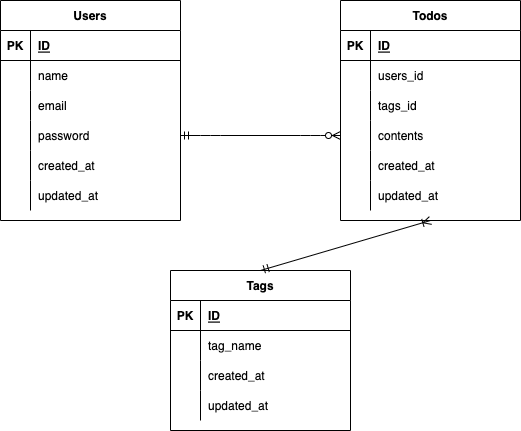
kubo-haruka/laravel_test2 keeps this draw.io diagram as index.drawio.png. Above is the earlier version. Source tidied: cells renumbered, new cells last; positions are measured from the earlier drawing's top-left corner, leaving out a move shared by most shapes.
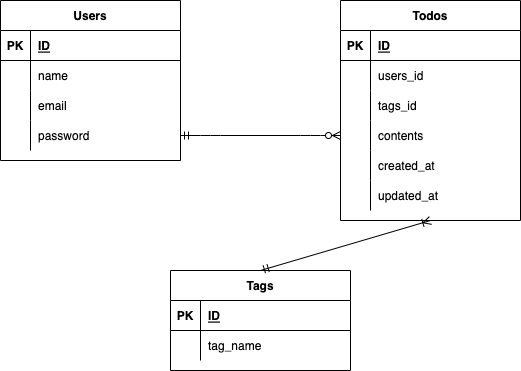
Above is the later version.

Commit message:
作成日_更新日削除

What changed in the source:
```diff
@@ -3,7 +3,7 @@
     <mxCell id="0" />
     <mxCell id="1" parent="0" />
     <mxCell id="2" value="Users" style="shape=table;startSize=30;rowLines=0;fontStyle=1;align=center;" parent="1" vertex="1">
-      <mxGeometry width="180" height="220" as="geometry" />
+      <mxGeometry width="180" height="160" as="geometry" />
     </mxCell>
     <mxCell id="3" style="shape=partialRectangle;fillColor=none;top=0;left=0;bottom=1;right=0;" parent="2" vertex="1">
       <mxGeometry y="30" width="180" height="30" as="geometry" />
@@ -41,24 +41,6 @@
     <mxCell id="14" value="password" style="shape=partialRectangle;fillColor=none;top=0;left=0;bottom=0;right=0;align=left;spacingLeft=6;overflow=hidden;" parent="12" vertex="1">
       <mxGeometry x="30" width="150" height="30" as="geometry" />
     </mxCell>
-    <mxCell id="15" style="shape=partialRectangle;fillColor=none;top=0;left=0;bottom=0;right=0;" parent="2" vertex="1">
-      <mxGeometry y="150" width="180" height="30" as="geometry" />
-    </mxCell>
-    <mxCell id="16" style="shape=partialRectangle;fillColor=none;top=0;left=0;bottom=0;right=0;overflow=hidden;" parent="15" vertex="1">
-      <mxGeometry width="30" height="30" as="geometry" />
-    </mxCell>
-    <mxCell id="17" value="created_at" style="shape=partialRectangle;fillColor=none;top=0;left=0;bottom=0;right=0;align=left;spacingLeft=6;overflow=hidden;" parent="15" vertex="1">
-      <mxGeometry x="30" width="150" height="30" as="geometry" />
-    </mxCell>
-    <mxCell id="18" style="shape=partialRectangle;fillColor=none;top=0;left=0;bottom=0;right=0;" parent="2" vertex="1">
-      <mxGeometry y="180" width="180" height="30" as="geometry" />
-    </mxCell>
-    <mxCell id="19" style="shape=partialRectangle;fillColor=none;top=0;left=0;bottom=0;right=0;overflow=hidden;" parent="18" vertex="1">
-      <mxGeometry width="30" height="30" as="geometry" />
-    </mxCell>
-    <mxCell id="20" value="updated_at" style="shape=partialRectangle;fillColor=none;top=0;left=0;bottom=0;right=0;align=left;spacingLeft=6;overflow=hidden;" parent="18" vertex="1">
-      <mxGeometry x="30" width="150" height="30" as="geometry" />
-    </mxCell>
     <mxCell id="21" value="Todos" style="shape=table;startSize=30;rowLines=0;fontStyle=1;align=center;" parent="1" vertex="1">
       <mxGeometry x="340" width="180" height="220" as="geometry" />
     </mxCell>
@@ -117,7 +99,7 @@
       <mxGeometry x="30" width="150" height="30" as="geometry" />
     </mxCell>
     <mxCell id="40" value="Tags" style="shape=table;startSize=30;rowLines=0;fontStyle=1;align=center;" parent="1" vertex="1">
-      <mxGeometry x="170" y="270" width="180" height="160" as="geometry" />
+      <mxGeometry x="170" y="270" width="180" height="100" as="geometry" />
     </mxCell>
     <mxCell id="41" style="shape=partialRectangle;fillColor=none;top=0;left=0;bottom=1;right=0;" parent="40" vertex="1">
       <mxGeometry y="30" width="180" height="30" as="geometry" />
@@ -137,24 +119,6 @@
     <mxCell id="46" value="tag_name" style="shape=partialRectangle;fillColor=none;top=0;left=0;bottom=0;right=0;align=left;spacingLeft=6;overflow=hidden;" parent="44" vertex="1">
       <mxGeometry x="30" width="150" height="30" as="geometry" />
     </mxCell>
-    <mxCell id="47" style="shape=partialRectangle;fillColor=none;top=0;left=0;bottom=0;right=0;" parent="40" vertex="1">
-      <mxGeometry y="90" width="180" height="30" as="geometry" />
-    </mxCell>
-    <mxCell id="48" style="shape=partialRectangle;fillColor=none;top=0;left=0;bottom=0;right=0;overflow=hidden;" parent="47" vertex="1">
-      <mxGeometry width="30" height="30" as="geometry" />
-    </mxCell>
-    <mxCell id="49" value="created_at" style="shape=partialRectangle;fillColor=none;top=0;left=0;bottom=0;right=0;align=left;spacingLeft=6;overflow=hidden;" parent="47" vertex="1">
-      <mxGeometry x="30" width="150" height="30" as="geometry" />
-    </mxCell>
-    <mxCell id="50" style="shape=partialRectangle;fillColor=none;top=0;left=0;bottom=0;right=0;" parent="40" vertex="1">
-      <mxGeometry y="120" width="180" height="30" as="geometry" />
-    </mxCell>
-    <mxCell id="51" style="shape=partialRectangle;fillColor=none;top=0;left=0;bottom=0;right=0;overflow=hidden;" parent="50" vertex="1">
-      <mxGeometry width="30" height="30" as="geometry" />
-    </mxCell>
-    <mxCell id="52" value="updated_at" style="shape=partialRectangle;fillColor=none;top=0;left=0;bottom=0;right=0;align=left;spacingLeft=6;overflow=hidden;" parent="50" vertex="1">
-      <mxGeometry x="30" width="150" height="30" as="geometry" />
-    </mxCell>
     <mxCell id="53" style="edgeStyle=entityRelationEdgeStyle;fontSize=12;html=1;endArrow=ERzeroToMany;startArrow=ERmandOne;exitX=1;exitY=0.5;exitDx=0;exitDy=0;entryX=0;entryY=0.5;entryDx=0;entryDy=0;" parent="1" edge="1" source="12" target="31">
       <mxGeometry relative="1" as="geometry" />
     </mxCell>
```
